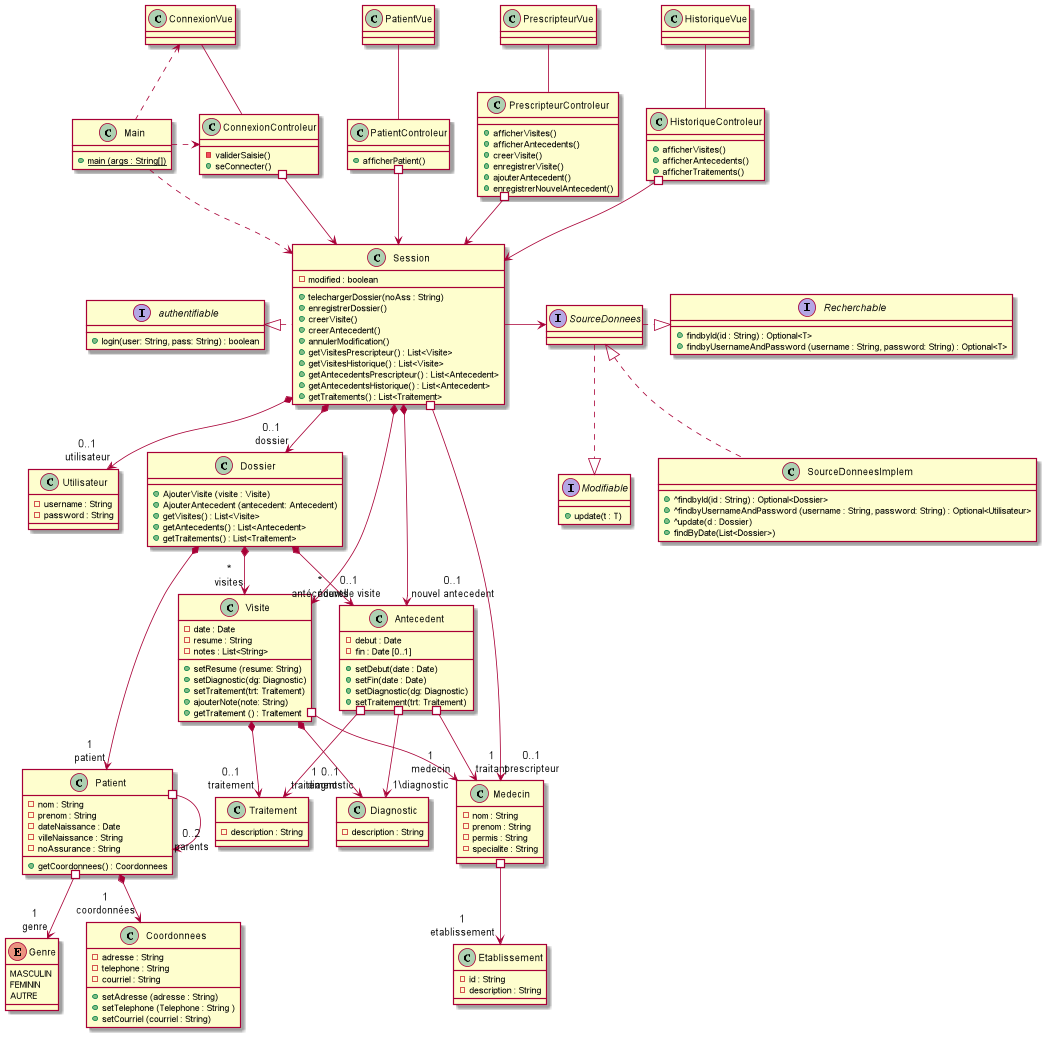
Earlier version of the PlantUML export models/Diagramme_Classes/medecin/class_diagram_medecin_mvc.png (fethiuqam/INF5153-Projet-Session).
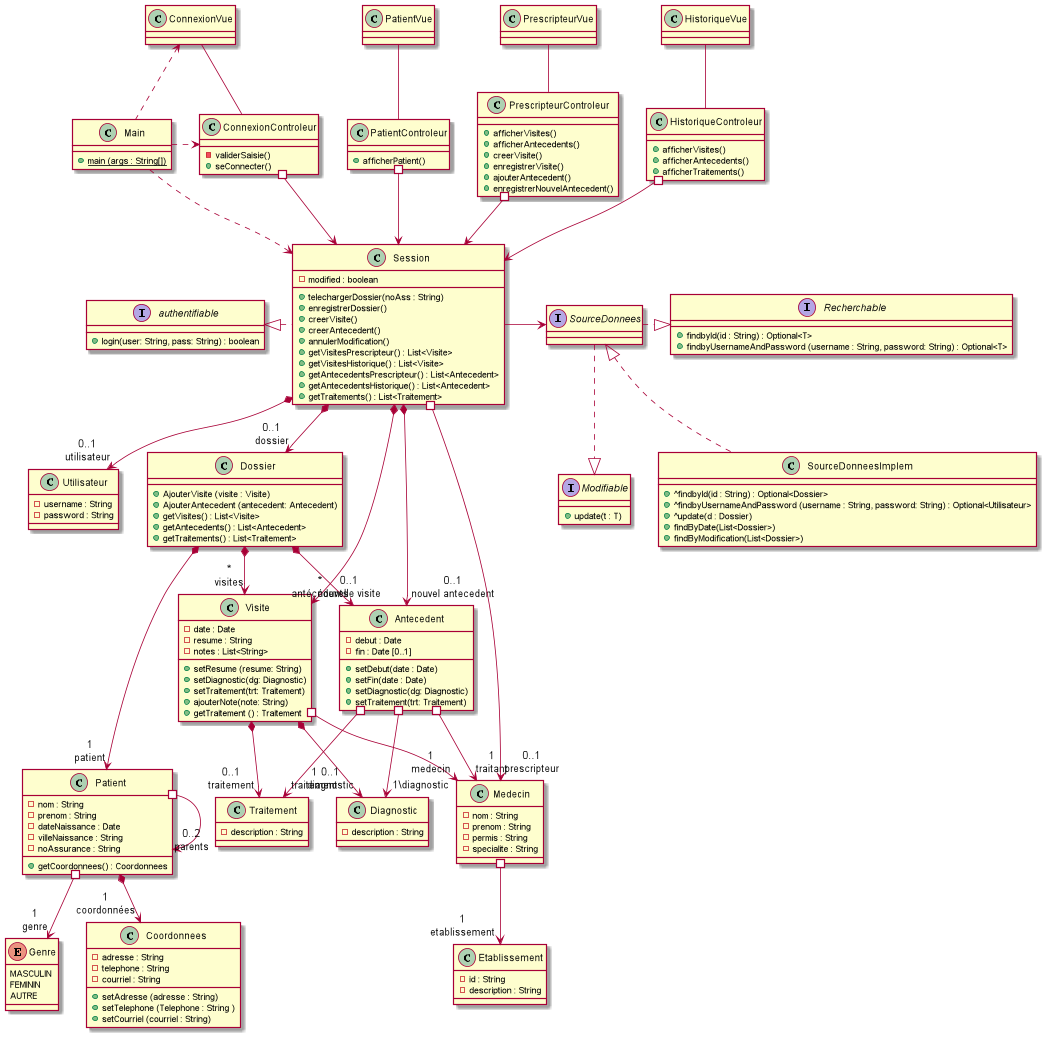
After the change.

Commit message:
ajout findByDate et findByModification

The edit, as a diff of the source:
```diff
@@ -95,6 +95,7 @@
     + ^findbyUsernameAndPassword (username : String, password: String) : Optional<Utilisateur>
     + ^update(d : Dossier)
     + findByDate(List<Dossier>)
+    + findByModification(List<Dossier>)
 }
 
 class Session {
```
